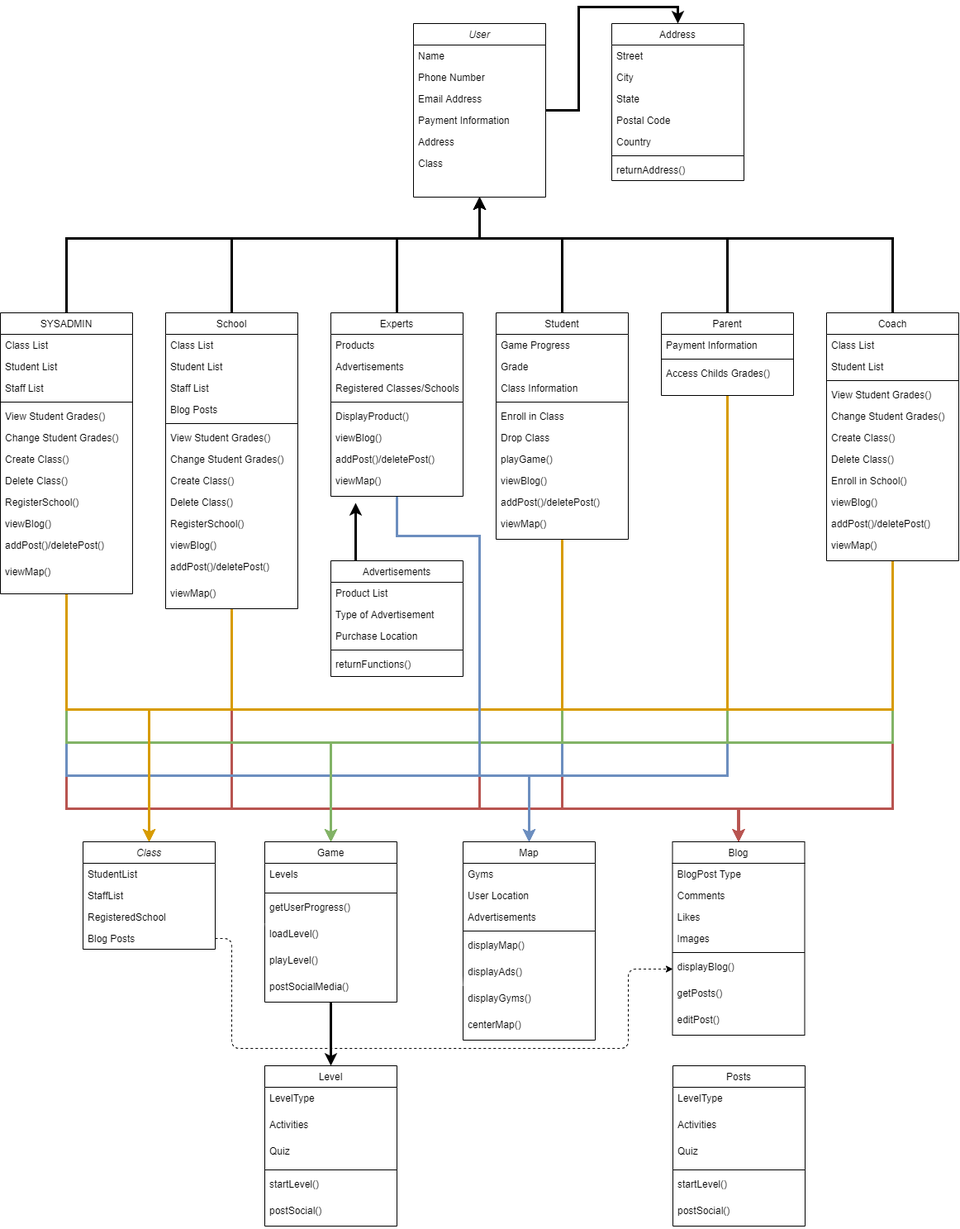
Earlier version of the draw.io export Deliverables/Week_4/Class Diagram.png (Hanandrof/Group-3-Repository). Source tidied: cells renumbered, new cells last; positions are measured from the earlier drawing's top-left corner, leaving out a move shared by most shapes.
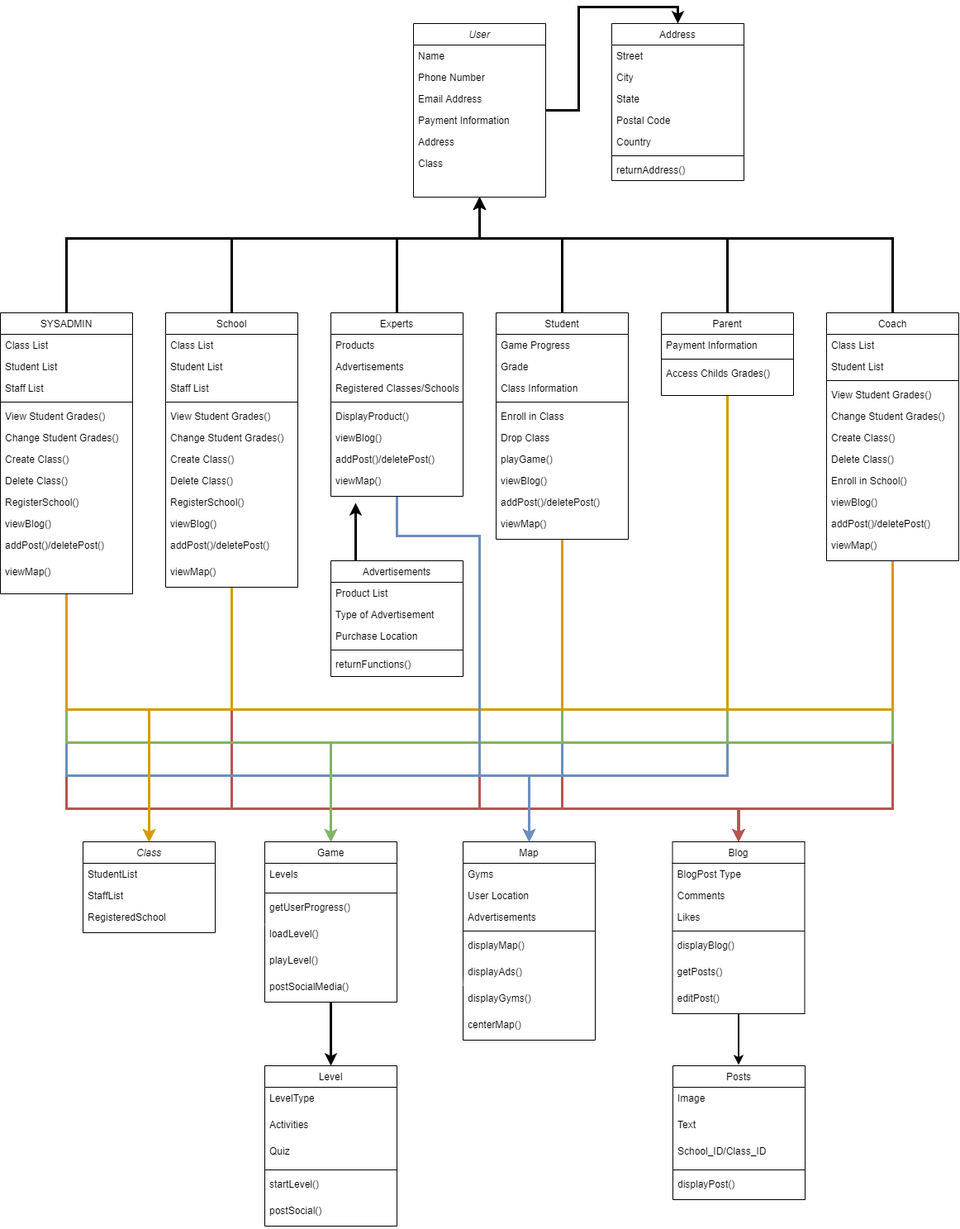
After the change.

Diff of the diagram source:
```diff
@@ -341,7 +341,7 @@
       </mxGeometry>
     </mxCell>
     <mxCell id="80" value="School" style="swimlane;fontStyle=0;align=center;verticalAlign=top;horizontal=1;startSize=26;rounded=0;shadow=0;strokeWidth=1;" parent="1" vertex="1">
-      <mxGeometry x="200" y="350" width="160" height="358" as="geometry" />
+      <mxGeometry x="200" y="350" width="160" height="332" as="geometry" />
     </mxCell>
     <mxCell id="81" value="Class List" style="text;align=left;verticalAlign=top;spacingLeft=4;spacingRight=4;overflow=hidden;" parent="80" vertex="1">
       <mxGeometry y="26" width="160" height="26" as="geometry" />
@@ -352,35 +352,32 @@
     <mxCell id="83" value="Staff List" style="text;align=left;verticalAlign=top;spacingLeft=4;spacingRight=4;overflow=hidden;" parent="80" vertex="1">
       <mxGeometry y="78" width="160" height="26" as="geometry" />
     </mxCell>
-    <mxCell id="84" value="Blog Posts" style="text;align=left;verticalAlign=top;spacingLeft=4;spacingRight=4;overflow=hidden;" parent="80" vertex="1">
-      <mxGeometry y="104" width="160" height="26" as="geometry" />
-    </mxCell>
     <mxCell id="85" style="line;html=1;strokeWidth=1;align=left;verticalAlign=middle;spacingTop=-1;spacingLeft=3;spacingRight=3;labelPosition=right;" parent="80" vertex="1">
-      <mxGeometry y="130" width="160" height="8" as="geometry" />
+      <mxGeometry y="104" width="160" height="8" as="geometry" />
     </mxCell>
     <mxCell id="86" value="View Student Grades()" style="text;align=left;verticalAlign=top;spacingLeft=4;spacingRight=4;overflow=hidden;" parent="80" vertex="1">
-      <mxGeometry y="138" width="160" height="26" as="geometry" />
+      <mxGeometry y="112" width="160" height="26" as="geometry" />
     </mxCell>
     <mxCell id="87" value="Change Student Grades()" style="text;align=left;verticalAlign=top;spacingLeft=4;spacingRight=4;overflow=hidden;" parent="80" vertex="1">
-      <mxGeometry y="164" width="160" height="26" as="geometry" />
+      <mxGeometry y="138" width="160" height="26" as="geometry" />
     </mxCell>
     <mxCell id="88" value="Create Class()" style="text;align=left;verticalAlign=top;spacingLeft=4;spacingRight=4;overflow=hidden;" parent="80" vertex="1">
-      <mxGeometry y="190" width="160" height="26" as="geometry" />
+      <mxGeometry y="164" width="160" height="26" as="geometry" />
     </mxCell>
     <mxCell id="89" value="Delete Class()" style="text;align=left;verticalAlign=top;spacingLeft=4;spacingRight=4;overflow=hidden;" parent="80" vertex="1">
-      <mxGeometry y="216" width="160" height="26" as="geometry" />
+      <mxGeometry y="190" width="160" height="26" as="geometry" />
     </mxCell>
     <mxCell id="90" value="RegisterSchool()" style="text;align=left;verticalAlign=top;spacingLeft=4;spacingRight=4;overflow=hidden;" parent="80" vertex="1">
-      <mxGeometry y="242" width="160" height="26" as="geometry" />
+      <mxGeometry y="216" width="160" height="26" as="geometry" />
     </mxCell>
     <mxCell id="91" value="viewBlog()" style="text;align=left;verticalAlign=top;spacingLeft=4;spacingRight=4;overflow=hidden;rounded=0;shadow=0;html=0;" parent="80" vertex="1">
-      <mxGeometry y="268" width="160" height="26" as="geometry" />
+      <mxGeometry y="242" width="160" height="26" as="geometry" />
     </mxCell>
     <mxCell id="92" value="addPost()/deletePost()" style="text;align=left;verticalAlign=top;spacingLeft=4;spacingRight=4;overflow=hidden;rounded=0;shadow=0;html=0;" parent="80" vertex="1">
-      <mxGeometry y="294" width="160" height="32" as="geometry" />
+      <mxGeometry y="268" width="160" height="32" as="geometry" />
     </mxCell>
     <mxCell id="93" value="viewMap()" style="text;align=left;verticalAlign=top;spacingLeft=4;spacingRight=4;overflow=hidden;rounded=0;shadow=0;html=0;" parent="80" vertex="1">
-      <mxGeometry y="326" width="160" height="32" as="geometry" />
+      <mxGeometry y="300" width="160" height="32" as="geometry" />
     </mxCell>
     <mxCell id="94" style="edgeStyle=orthogonalEdgeStyle;rounded=0;jettySize=auto;html=1;entryX=0.5;entryY=1;entryDx=0;entryDy=0;strokeWidth=3;" parent="1" edge="1" source="99" target="3">
       <mxGeometry relative="1" as="geometry">
@@ -461,8 +458,13 @@
     <mxCell id="111" value="viewMap()" style="text;align=left;verticalAlign=top;spacingLeft=4;spacingRight=4;overflow=hidden;rounded=0;shadow=0;html=0;" parent="99" vertex="1">
       <mxGeometry y="300" width="160" height="32" as="geometry" />
     </mxCell>
+    <mxCell id="158" style="edgeStyle=orthogonalEdgeStyle;rounded=1;sketch=0;jettySize=auto;html=1;shadow=0;strokeWidth=2;" parent="1" edge="1" source="112">
+      <mxGeometry relative="1" as="geometry">
+        <mxPoint x="893.5" y="1260" as="targetPoint" />
+      </mxGeometry>
+    </mxCell>
     <mxCell id="112" value="Blog" style="swimlane;fontStyle=0;align=center;verticalAlign=top;horizontal=1;startSize=26;rounded=0;shadow=0;strokeWidth=1;" parent="1" vertex="1">
-      <mxGeometry x="813.5" y="990" width="160" height="234" as="geometry" />
+      <mxGeometry x="813.5" y="990" width="160" height="208" as="geometry" />
     </mxCell>
     <mxCell id="113" value="BlogPost Type" style="text;align=left;verticalAlign=top;spacingLeft=4;spacingRight=4;overflow=hidden;" parent="112" vertex="1">
       <mxGeometry y="26" width="160" height="26" as="geometry" />
@@ -473,20 +475,17 @@
     <mxCell id="115" value="Likes" style="text;align=left;verticalAlign=top;spacingLeft=4;spacingRight=4;overflow=hidden;" parent="112" vertex="1">
       <mxGeometry y="78" width="160" height="26" as="geometry" />
     </mxCell>
-    <mxCell id="116" value="Images" style="text;align=left;verticalAlign=top;spacingLeft=4;spacingRight=4;overflow=hidden;" parent="112" vertex="1">
-      <mxGeometry y="104" width="160" height="26" as="geometry" />
-    </mxCell>
     <mxCell id="117" style="line;html=1;strokeWidth=1;align=left;verticalAlign=middle;spacingTop=-1;spacingLeft=3;spacingRight=3;labelPosition=right;" parent="112" vertex="1">
-      <mxGeometry y="130" width="160" height="8" as="geometry" />
+      <mxGeometry y="104" width="160" height="8" as="geometry" />
     </mxCell>
     <mxCell id="118" value="displayBlog()" style="text;align=left;verticalAlign=top;spacingLeft=4;spacingRight=4;overflow=hidden;rounded=0;shadow=0;html=0;" parent="112" vertex="1">
-      <mxGeometry y="138" width="160" height="32" as="geometry" />
+      <mxGeometry y="112" width="160" height="32" as="geometry" />
     </mxCell>
     <mxCell id="119" value="getPosts()" style="text;align=left;verticalAlign=top;spacingLeft=4;spacingRight=4;overflow=hidden;rounded=0;shadow=0;html=0;" parent="112" vertex="1">
-      <mxGeometry y="170" width="160" height="32" as="geometry" />
+      <mxGeometry y="144" width="160" height="32" as="geometry" />
     </mxCell>
     <mxCell id="120" value="editPost()" style="text;align=left;verticalAlign=top;spacingLeft=4;spacingRight=4;overflow=hidden;rounded=0;shadow=0;html=0;" parent="112" vertex="1">
-      <mxGeometry y="202" width="160" height="32" as="geometry" />
+      <mxGeometry y="176" width="160" height="32" as="geometry" />
     </mxCell>
     <mxCell id="121" value="Map" style="swimlane;fontStyle=0;align=center;verticalAlign=top;horizontal=1;startSize=26;rounded=0;shadow=0;strokeWidth=1;" parent="1" vertex="1">
       <mxGeometry x="560" y="990" width="160" height="240" as="geometry" />
@@ -561,7 +560,7 @@
       <mxGeometry y="162" width="160" height="32" as="geometry" />
     </mxCell>
     <mxCell id="145" value="Class" style="swimlane;fontStyle=2;align=center;verticalAlign=top;horizontal=1;startSize=26;rounded=0;shadow=0;strokeWidth=1;" parent="1" vertex="1">
-      <mxGeometry x="100" y="990" width="160" height="130" as="geometry" />
+      <mxGeometry x="100" y="990" width="160" height="110" as="geometry" />
     </mxCell>
     <mxCell id="146" value="StudentList" style="text;align=left;verticalAlign=top;spacingLeft=4;spacingRight=4;overflow=hidden;" parent="145" vertex="1">
       <mxGeometry y="26" width="160" height="26" as="geometry" />
@@ -572,40 +571,23 @@
     <mxCell id="148" value="RegisteredSchool" style="text;align=left;verticalAlign=top;spacingLeft=4;spacingRight=4;overflow=hidden;rounded=0;shadow=0;html=0;" parent="145" vertex="1">
       <mxGeometry y="78" width="160" height="26" as="geometry" />
     </mxCell>
-    <mxCell id="149" value="Blog Posts" style="text;align=left;verticalAlign=top;spacingLeft=4;spacingRight=4;overflow=hidden;points=[[0,0.5],[1,0.5]];portConstraint=eastwest;rounded=0;shadow=0;html=0;" parent="145" vertex="1">
-      <mxGeometry y="104" width="160" height="26" as="geometry" />
-    </mxCell>
-    <mxCell id="150" style="edgeStyle=orthogonalEdgeStyle;rounded=1;jumpStyle=none;jumpSize=6;jettySize=auto;html=1;exitX=1;exitY=0.5;exitDx=0;exitDy=0;shadow=0;dashed=1;startArrow=none;startFill=0;endArrow=classic;endFill=1;" parent="1" edge="1" source="149">
-      <mxGeometry relative="1" as="geometry">
-        <mxPoint x="814" y="1144" as="targetPoint" />
-        <Array as="points">
-          <mxPoint x="280" y="1107" />
-          <mxPoint x="280" y="1240" />
-          <mxPoint x="760" y="1240" />
-          <mxPoint x="760" y="1144" />
-        </Array>
-      </mxGeometry>
-    </mxCell>
     <mxCell id="151" value="Posts" style="swimlane;fontStyle=0;align=center;verticalAlign=top;horizontal=1;startSize=26;rounded=0;shadow=0;strokeWidth=1;" parent="1" vertex="1">
-      <mxGeometry x="814" y="1261" width="160" height="194" as="geometry" />
+      <mxGeometry x="814" y="1261" width="160" height="162" as="geometry" />
     </mxCell>
-    <mxCell id="152" value="LevelType" style="text;align=left;verticalAlign=top;spacingLeft=4;spacingRight=4;overflow=hidden;rounded=0;shadow=0;html=0;" parent="151" vertex="1">
+    <mxCell id="152" value="Image" style="text;align=left;verticalAlign=top;spacingLeft=4;spacingRight=4;overflow=hidden;rounded=0;shadow=0;html=0;" parent="151" vertex="1">
       <mxGeometry y="26" width="160" height="32" as="geometry" />
     </mxCell>
-    <mxCell id="153" value="Activities" style="text;align=left;verticalAlign=top;spacingLeft=4;spacingRight=4;overflow=hidden;rounded=0;shadow=0;html=0;" parent="151" vertex="1">
+    <mxCell id="153" value="Text" style="text;align=left;verticalAlign=top;spacingLeft=4;spacingRight=4;overflow=hidden;rounded=0;shadow=0;html=0;" parent="151" vertex="1">
       <mxGeometry y="58" width="160" height="32" as="geometry" />
     </mxCell>
-    <mxCell id="154" value="Quiz" style="text;align=left;verticalAlign=top;spacingLeft=4;spacingRight=4;overflow=hidden;rounded=0;shadow=0;html=0;" parent="151" vertex="1">
+    <mxCell id="154" value="School_ID/Class_ID" style="text;align=left;verticalAlign=top;spacingLeft=4;spacingRight=4;overflow=hidden;rounded=0;shadow=0;html=0;" parent="151" vertex="1">
       <mxGeometry y="90" width="160" height="32" as="geometry" />
     </mxCell>
     <mxCell id="155" style="line;html=1;strokeWidth=1;align=left;verticalAlign=middle;spacingTop=-1;spacingLeft=3;spacingRight=3;labelPosition=right;" parent="151" vertex="1">
       <mxGeometry y="122" width="160" height="8" as="geometry" />
     </mxCell>
-    <mxCell id="156" value="startLevel()" style="text;align=left;verticalAlign=top;spacingLeft=4;spacingRight=4;overflow=hidden;rounded=0;shadow=0;html=0;" parent="151" vertex="1">
+    <mxCell id="156" value="displayPost()" style="text;align=left;verticalAlign=top;spacingLeft=4;spacingRight=4;overflow=hidden;rounded=0;shadow=0;html=0;" parent="151" vertex="1">
       <mxGeometry y="130" width="160" height="32" as="geometry" />
     </mxCell>
-    <mxCell id="157" value="postSocial()" style="text;align=left;verticalAlign=top;spacingLeft=4;spacingRight=4;overflow=hidden;rounded=0;shadow=0;html=0;" parent="151" vertex="1">
-      <mxGeometry y="162" width="160" height="32" as="geometry" />
-    </mxCell>
   </root>
 </mxGraphModel>
```
